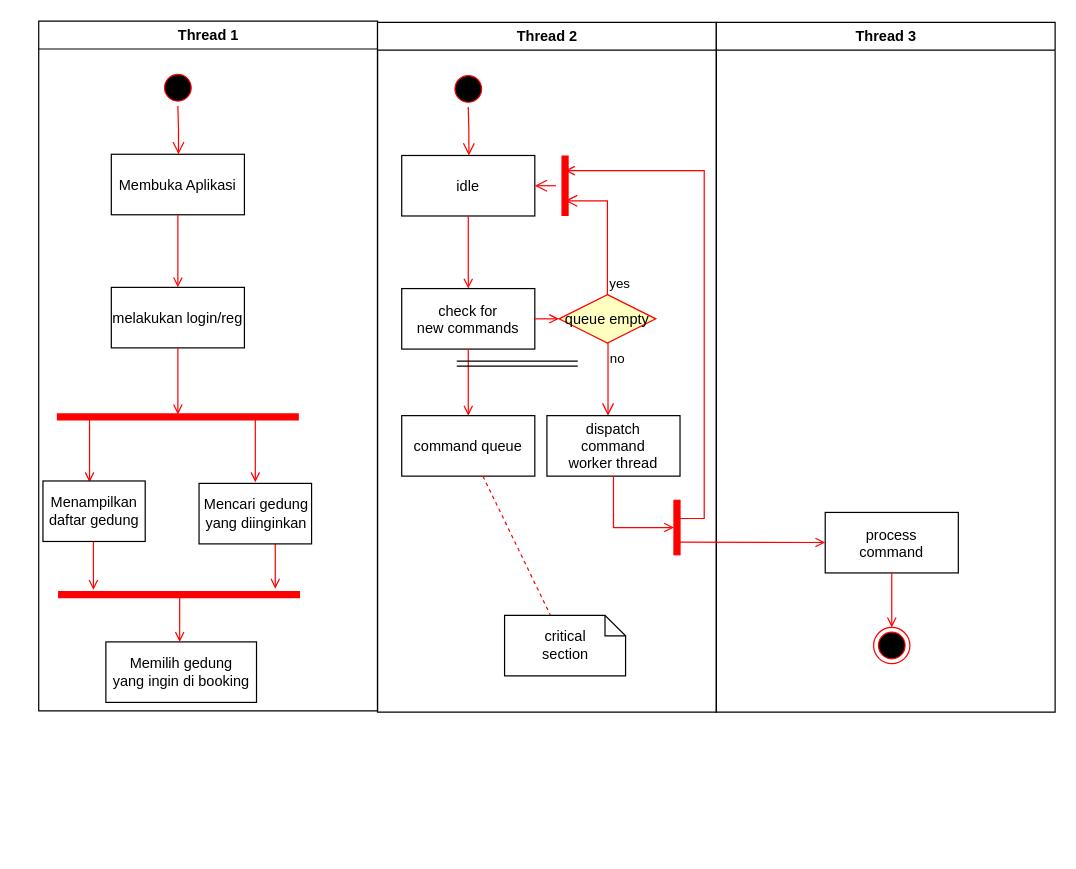
The draw.io diagram Untitled Diagram.drawio in Rikiandri/Activty-diagram, before the edit. Source tidied: cells renumbered, new cells numbered last; positions are measured from the earlier drawing's top-left corner, leaving out a move shared by most shapes. Both pictures are drawn from the tidied source at 121%, with x=0, y=0 at pixel (38, 21).
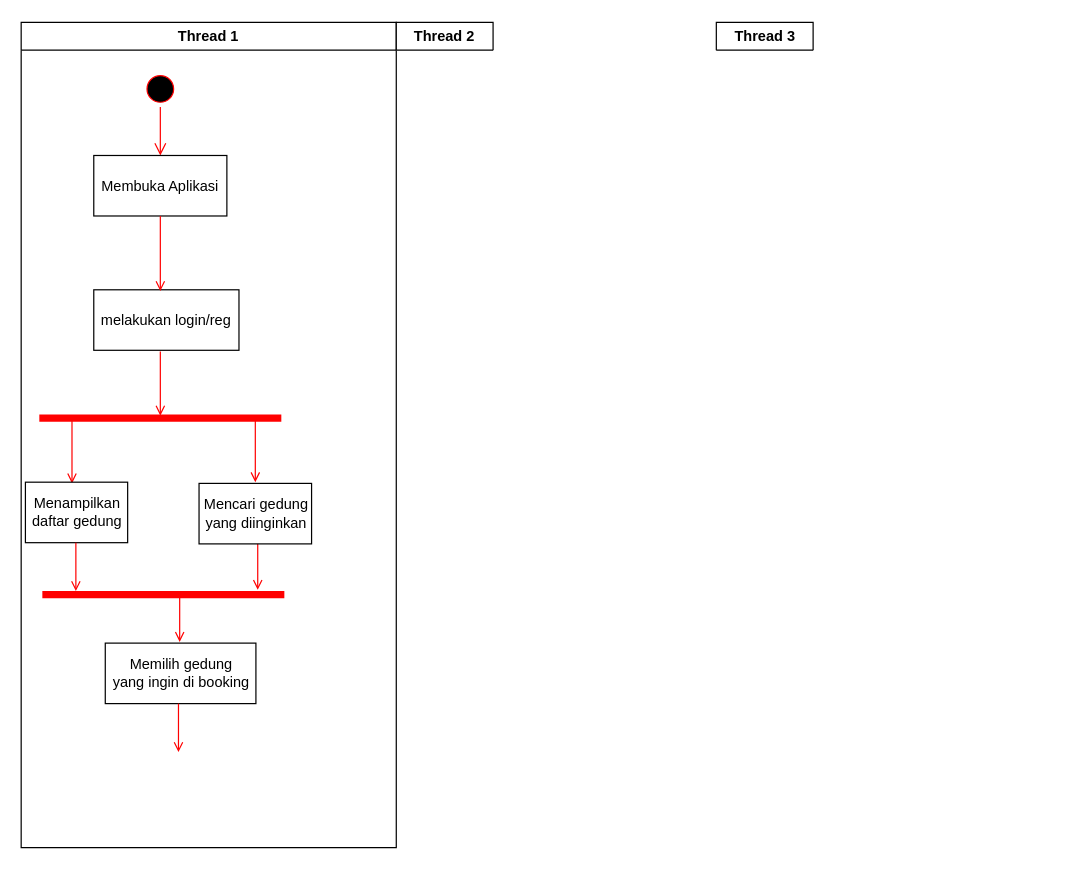
Above is the later version.

Unchanged cells that the change refers to:
```xml
<mxCell id="5" value="Membuka Aplikasi" parent="2" vertex="1">
  <mxGeometry x="60" y="110" width="110" height="50" as="geometry" />
</mxCell>
```

The edit, as a diff of the source:
```diff
@@
     <mxCell id="2" value="Thread 1" style="swimlane;whiteSpace=wrap;" parent="1" vertex="1">
-      <mxGeometry x="0.5" width="280" height="570" as="geometry" />
+      <mxGeometry x="-14" y="1" width="310" height="682" as="geometry" />
     </mxCell>
@@
     <mxCell id="6" value="melakukan login/reg" parent="2" vertex="1">
-      <mxGeometry x="60" y="220" width="110" height="50" as="geometry" />
+      <mxGeometry x="60" y="221" width="120" height="50" as="geometry" />
     </mxCell>
-    <mxCell id="7" style="endArrow=open;strokeColor=#FF0000;endFill=1;rounded=0;" parent="2" edge="1" source="5" target="6">
-      <mxGeometry relative="1" as="geometry" />
+    <mxCell id="7" style="endArrow=open;strokeColor=#FF0000;endFill=1;rounded=0;" parent="2" edge="1" source="5">
+      <mxGeometry relative="1" as="geometry">
+        <mxPoint x="115" y="222" as="targetPoint" />
+      </mxGeometry>
     </mxCell>
-    <mxCell id="8" style="endArrow=open;strokeColor=#FF0000;endFill=1;rounded=0;" parent="2" edge="1" source="6">
+    <mxCell id="8" style="endArrow=open;strokeColor=#FF0000;endFill=1;rounded=0;" parent="2" edge="1">
       <mxGeometry relative="1" as="geometry">
+        <mxPoint x="115" y="272" as="sourcePoint" />
         <mxPoint x="115" y="325" as="targetPoint" />
       </mxGeometry>
     </mxCell>
@@
     <mxCell id="14" value="&lt;div&gt;Memilih gedung&lt;/div&gt;&lt;div&gt;yang ingin di booking&lt;br&gt;&lt;/div&gt;" style="html=1;" parent="2" vertex="1">
-      <mxGeometry x="55.5" y="513" width="124.5" height="50" as="geometry" />
+      <mxGeometry x="69.5" y="513" width="124.5" height="50" as="geometry" />
     </mxCell>
-    <mxCell id="15" value="Thread 2" style="swimlane;whiteSpace=wrap;" parent="1" vertex="1">
-      <mxGeometry x="280.5" y="1" width="280" height="570" as="geometry" />
+    <mxCell id="15" value="Thread 2" style="swimlane;whiteSpace=wrap;" parent="1" vertex="1" collapsed="1">
+      <mxGeometry x="296" y="1" width="80" height="23" as="geometry" />
     </mxCell>
-    <mxCell id="16" style="ellipse;shape=startState;fillColor=#000000;strokeColor=#ff0000;" parent="15" vertex="1">
-      <mxGeometry x="60" y="40" width="30" height="30" as="geometry" />
-    </mxCell>
-    <mxCell id="17" style="edgeStyle=elbowEdgeStyle;elbow=horizontal;verticalAlign=bottom;endArrow=open;endSize=8;strokeColor=#FF0000;endFill=1;rounded=0;" parent="15" edge="1" source="16" target="18">
-      <mxGeometry x="40" y="20" as="geometry" />
-    </mxCell>
-    <mxCell id="18" value="idle" parent="15" vertex="1">
-      <mxGeometry x="20" y="110" width="110" height="50" as="geometry" />
-    </mxCell>
-    <mxCell id="19" value="check for &#10;new commands" parent="15" vertex="1">
-      <mxGeometry x="20" y="220" width="110" height="50" as="geometry" />
-    </mxCell>
-    <mxCell id="20" style="endArrow=open;strokeColor=#FF0000;endFill=1;rounded=0;" parent="15" edge="1" source="18" target="19">
-      <mxGeometry relative="1" as="geometry" />
-    </mxCell>
-    <mxCell id="21" value="command queue" parent="15" vertex="1">
-      <mxGeometry x="20" y="325" width="110" height="50" as="geometry" />
-    </mxCell>
-    <mxCell id="22" style="endArrow=open;strokeColor=#FF0000;endFill=1;rounded=0;" parent="15" edge="1" source="19" target="21">
-      <mxGeometry relative="1" as="geometry" />
-    </mxCell>
-    <mxCell id="23" value="queue empty" style="rhombus;fillColor=#ffffc0;strokeColor=#ff0000;" parent="15" vertex="1">
-      <mxGeometry x="150" y="225" width="80" height="40" as="geometry" />
-    </mxCell>
-    <mxCell id="24" value="yes" style="edgeStyle=elbowEdgeStyle;elbow=horizontal;align=left;verticalAlign=bottom;endArrow=open;endSize=8;strokeColor=#FF0000;exitX=0.5;exitY=0;endFill=1;rounded=0;entryX=0.75;entryY=0.5;entryPerimeter=0;" parent="15" edge="1" source="23" target="27">
-      <mxGeometry x="-1" relative="1" as="geometry">
-        <Array as="points">
-          <mxPoint x="190" y="180" />
-        </Array>
-      </mxGeometry>
-    </mxCell>
-    <mxCell id="25" value="no" style="edgeStyle=elbowEdgeStyle;elbow=horizontal;align=left;verticalAlign=top;endArrow=open;endSize=8;strokeColor=#FF0000;endFill=1;rounded=0;" parent="15" edge="1" source="23" target="29">
-      <mxGeometry x="-1" relative="1" as="geometry" />
-    </mxCell>
-    <mxCell id="26" style="endArrow=open;strokeColor=#FF0000;endFill=1;rounded=0;" parent="15" edge="1" source="19" target="23">
-      <mxGeometry relative="1" as="geometry" />
-    </mxCell>
-    <mxCell id="27" style="shape=line;strokeWidth=6;strokeColor=#ff0000;rotation=90;" parent="15" vertex="1">
-      <mxGeometry x="130" y="127.5" width="50" height="15" as="geometry" />
-    </mxCell>
-    <mxCell id="28" style="edgeStyle=elbowEdgeStyle;elbow=horizontal;verticalAlign=bottom;endArrow=open;endSize=8;strokeColor=#FF0000;endFill=1;rounded=0;" parent="15" edge="1" source="27" target="18">
-      <mxGeometry x="130" y="90" as="geometry" />
-    </mxCell>
-    <mxCell id="29" value="dispatch&#10;command&#10;worker thread" parent="15" vertex="1">
-      <mxGeometry x="140" y="325" width="110" height="50" as="geometry" />
-    </mxCell>
-    <mxCell id="30" value="critical&#10;section" style="shape=note;whiteSpace=wrap;size=17;" parent="15" vertex="1">
-      <mxGeometry x="105" y="490" width="100" height="50" as="geometry" />
-    </mxCell>
-    <mxCell id="31" style="endArrow=none;strokeColor=#FF0000;endFill=0;rounded=0;dashed=1;" parent="15" edge="1" source="21" target="30">
-      <mxGeometry relative="1" as="geometry" />
-    </mxCell>
-    <mxCell id="32" style="whiteSpace=wrap;strokeColor=#FF0000;fillColor=#FF0000;" parent="15" vertex="1">
-      <mxGeometry x="245" y="395" width="5" height="45" as="geometry" />
-    </mxCell>
-    <mxCell id="33" style="edgeStyle=elbowEdgeStyle;elbow=horizontal;entryX=0;entryY=0.5;strokeColor=#FF0000;endArrow=open;endFill=1;rounded=0;" parent="15" edge="1" source="29" target="32">
-      <mxGeometry relative="1" as="geometry">
-        <Array as="points">
-          <mxPoint x="195" y="400" />
-        </Array>
-      </mxGeometry>
-    </mxCell>
-    <mxCell id="34" value="Thread 3" style="swimlane;whiteSpace=wrap;" parent="1" vertex="1">
-      <mxGeometry x="560.5" y="1" width="280" height="570" as="geometry" />
+    <mxCell id="34" value="Thread 3" style="swimlane;whiteSpace=wrap;" parent="1" vertex="1" collapsed="1">
+      <mxGeometry x="560.5" y="1" width="80" height="23" as="geometry" />
     </mxCell>
-    <mxCell id="35" value="process&#10;command" parent="34" vertex="1">
-      <mxGeometry x="90" y="405" width="110" height="50" as="geometry" />
-    </mxCell>
-    <mxCell id="36" style="edgeStyle=elbowEdgeStyle;elbow=horizontal;strokeColor=#FF0000;endArrow=open;endFill=1;rounded=0;entryX=0.25;entryY=0.5;entryPerimeter=0;" parent="34" edge="1" target="27">
-      <mxGeometry relative="1" as="geometry">
-        <mxPoint x="-30" y="410" as="sourcePoint" />
-        <Array as="points">
-          <mxPoint x="-10" y="135" />
-        </Array>
-      </mxGeometry>
-    </mxCell>
-    <mxCell id="37" style="edgeStyle=none;strokeColor=#FF0000;endArrow=open;endFill=1;rounded=0;" parent="34" edge="1" target="35">
-      <mxGeometry relative="1" as="geometry">
-        <mxPoint x="-30" y="429.5" as="sourcePoint" />
-      </mxGeometry>
-    </mxCell>
-    <mxCell id="38" style="ellipse;shape=endState;fillColor=#000000;strokeColor=#ff0000;" parent="34" vertex="1">
-      <mxGeometry x="130" y="500" width="30" height="30" as="geometry" />
-    </mxCell>
-    <mxCell id="39" style="endArrow=open;strokeColor=#FF0000;endFill=1;rounded=0;" parent="34" edge="1" source="35" target="38">
-      <mxGeometry relative="1" as="geometry" />
-    </mxCell>
-    <mxCell id="40" style="shape=link;html=1;rounded=0;" parent="1" edge="1">
-      <mxGeometry relative="1" as="geometry">
-        <mxPoint x="346" y="283" as="sourcePoint" />
-        <mxPoint x="446" y="283" as="targetPoint" />
-      </mxGeometry>
-    </mxCell>
@@
     <mxCell id="43" style="shape=line;html=1;strokeWidth=6;strokeColor=#ff0000;" parent="1" vertex="1">
-      <mxGeometry x="16.5" y="469" width="200" height="10" as="geometry" />
+      <mxGeometry x="3.5" y="469" width="200" height="10" as="geometry" />
     </mxCell>
@@
+    <mxCell id="45" style="endArrow=open;strokeColor=#FF0000;endFill=1;rounded=0;" parent="1" edge="1">
+      <mxGeometry relative="1" as="geometry">
+        <mxPoint x="116" y="564" as="sourcePoint" />
+        <mxPoint x="116" y="604" as="targetPoint" />
+        <Array as="points">
+          <mxPoint x="116" y="574" />
+        </Array>
+      </mxGeometry>
+    </mxCell>
```
